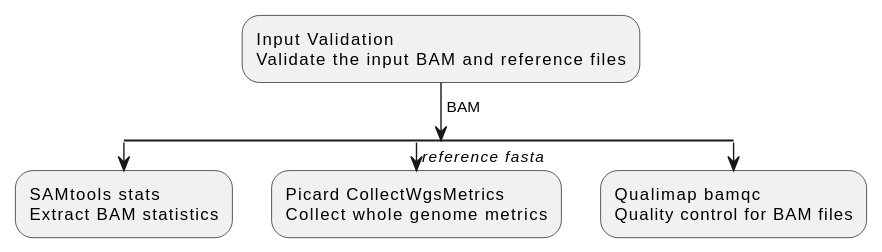
The PlantUML diagram docs/sqc-bam-flow.svg in uclahs-cds/pipeline-generate-SQC-BAM, before a commit. Source of this version:
```plantuml
@startuml
skinparam SwimlaneTitleFontStyle bold
:Input Validation\nValidate the input BAM and reference files;
-> BAM;
split
  :SAMtools stats\nExtract BAM statistics;
  kill
split again
  -> //reference fasta//;
  :Picard CollectWgsMetrics\nCollect whole genome metrics;
  kill
split again
  :Qualimap bamqc\nQuality control for BAM files;
  kill
end split
@enduml
```
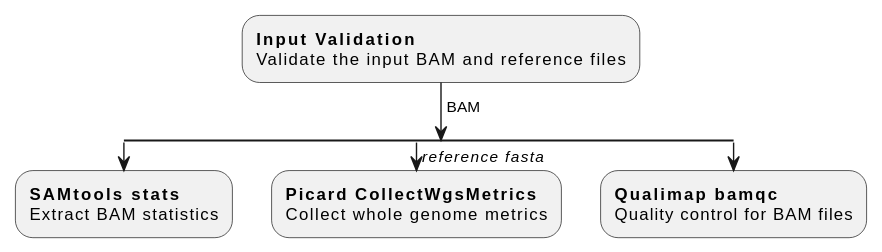
The same diagram one commit later.

What changed in the source:
```diff
@@ -1,16 +1,16 @@
 @startuml
 skinparam SwimlaneTitleFontStyle bold
-:Input Validation\nValidate the input BAM and reference files;
+:**Input Validation**\nValidate the input BAM and reference files;
 -> BAM;
 split
-  :SAMtools stats\nExtract BAM statistics;
+  :**SAMtools stats**\nExtract BAM statistics;
   kill
 split again
   -> //reference fasta//;
-  :Picard CollectWgsMetrics\nCollect whole genome metrics;
+  :**Picard CollectWgsMetrics**\nCollect whole genome metrics;
   kill
 split again
-  :Qualimap bamqc\nQuality control for BAM files;
+  :**Qualimap bamqc**\nQuality control for BAM files;
   kill
 end split
 @enduml
```
